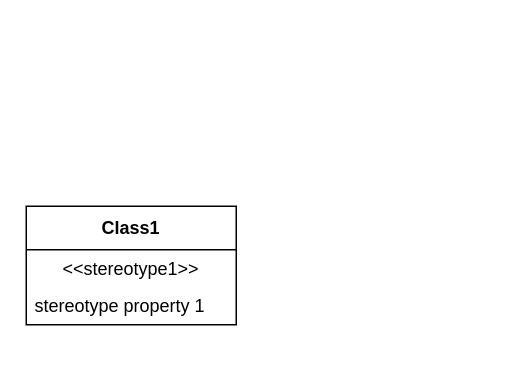
Earlier version of the draw.io diagram GameDiagram.drawio (coverfrog/Castle_Deffense_Diagram). Source tidied: cells renumbered, new cells numbered last; positions are measured from the earlier drawing's top-left corner, leaving out a move shared by most shapes. Both pictures are drawn from the tidied source at 150%, with x=0, y=0 at pixel (26, 206).
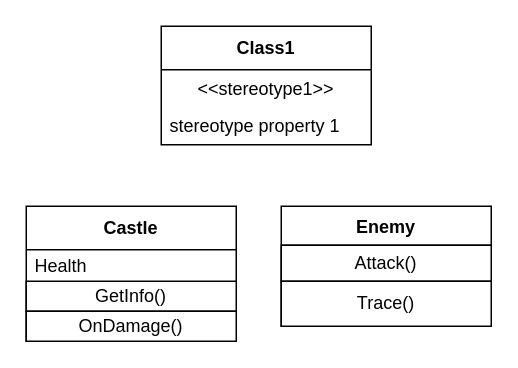
The same diagram, later.

What changed in the source:
```diff
@@
 <mxGraphModel>
   <root>
     <mxCell id="0" />
     <mxCell id="1" parent="0" />
-    <mxCell id="2" value="Class1" style="swimlane;fontStyle=1;align=center;verticalAlign=middle;horizontal=1;startSize=29;html=1;whiteSpace=wrap;" parent="1" vertex="1">
-      <mxGeometry width="140" height="79" as="geometry" />
+    <mxCell id="2" value="Castle" style="swimlane;fontStyle=1;align=center;verticalAlign=middle;horizontal=1;startSize=29;html=1;whiteSpace=wrap;" parent="1" vertex="1">
+      <mxGeometry width="140" height="90" as="geometry" />
     </mxCell>
+    <mxCell id="4" value="Health" style="text;html=1;strokeColor=none;fillColor=none;align=left;verticalAlign=middle;spacingLeft=4;spacingRight=4;overflow=hidden;whiteSpace=wrap;" parent="2" vertex="1">
+      <mxGeometry y="29" width="140" height="21" as="geometry" />
+    </mxCell>
+    <mxCell id="5" value="GetInfo()" style="whiteSpace=wrap;html=1;" parent="2" vertex="1">
+      <mxGeometry y="50" width="140" height="20" as="geometry" />
+    </mxCell>
+    <mxCell id="6" value="OnDamage()" style="whiteSpace=wrap;html=1;" parent="2" vertex="1">
+      <mxGeometry y="70" width="140" height="20" as="geometry" />
+    </mxCell>
+    <mxCell id="7" value="Enemy" style="swimlane;fontStyle=1;align=center;verticalAlign=top;horizontal=1;startSize=26;whiteSpace=wrap;html=1;" parent="1" vertex="1">
+      <mxGeometry x="170" width="140" height="80" as="geometry" />
+    </mxCell>
+    <mxCell id="8" value="Attack()" style="whiteSpace=wrap;html=1;" parent="7" vertex="1">
+      <mxGeometry y="26" width="140" height="24" as="geometry" />
+    </mxCell>
+    <mxCell id="9" value="Trace()" style="whiteSpace=wrap;html=1;" parent="7" vertex="1">
+      <mxGeometry y="50" width="140" height="30" as="geometry" />
+    </mxCell>
+    <mxCell id="10" value="Class1" style="swimlane;fontStyle=1;align=center;verticalAlign=middle;horizontal=1;startSize=29;html=1;whiteSpace=wrap;" parent="1" vertex="1">
+      <mxGeometry x="90" y="-120" width="140" height="79" as="geometry" />
+    </mxCell>
-    <mxCell id="3" value="&amp;lt;&amp;lt;stereotype1&amp;gt;&amp;gt;" style="text;html=1;strokeColor=none;fillColor=none;align=center;verticalAlign=middle;spacingLeft=4;spacingRight=4;overflow=hidden;whiteSpace=wrap;" parent="2" vertex="1">
+    <mxCell id="3" value="&amp;lt;&amp;lt;stereotype1&amp;gt;&amp;gt;" style="text;html=1;strokeColor=none;fillColor=none;align=center;verticalAlign=middle;spacingLeft=4;spacingRight=4;overflow=hidden;whiteSpace=wrap;" parent="10" vertex="1">
       <mxGeometry y="29" width="140" height="25" as="geometry" />
     </mxCell>
-    <mxCell id="4" value="stereotype property 1" style="text;html=1;strokeColor=none;fillColor=none;align=left;verticalAlign=middle;spacingLeft=4;spacingRight=4;overflow=hidden;whiteSpace=wrap;" parent="2" vertex="1">
-      <mxGeometry y="54" width="140" height="25" as="geometry" />
-    </mxCell>
+    <mxCell id="11" value="stereotype property 1" style="text;html=1;strokeColor=none;fillColor=none;align=left;verticalAlign=middle;spacingLeft=4;spacingRight=4;overflow=hidden;whiteSpace=wrap;" parent="10" vertex="1">
+      <mxGeometry y="54" width="140" height="25" as="geometry" />
+    </mxCell>
   </root>
 </mxGraphModel>
```
